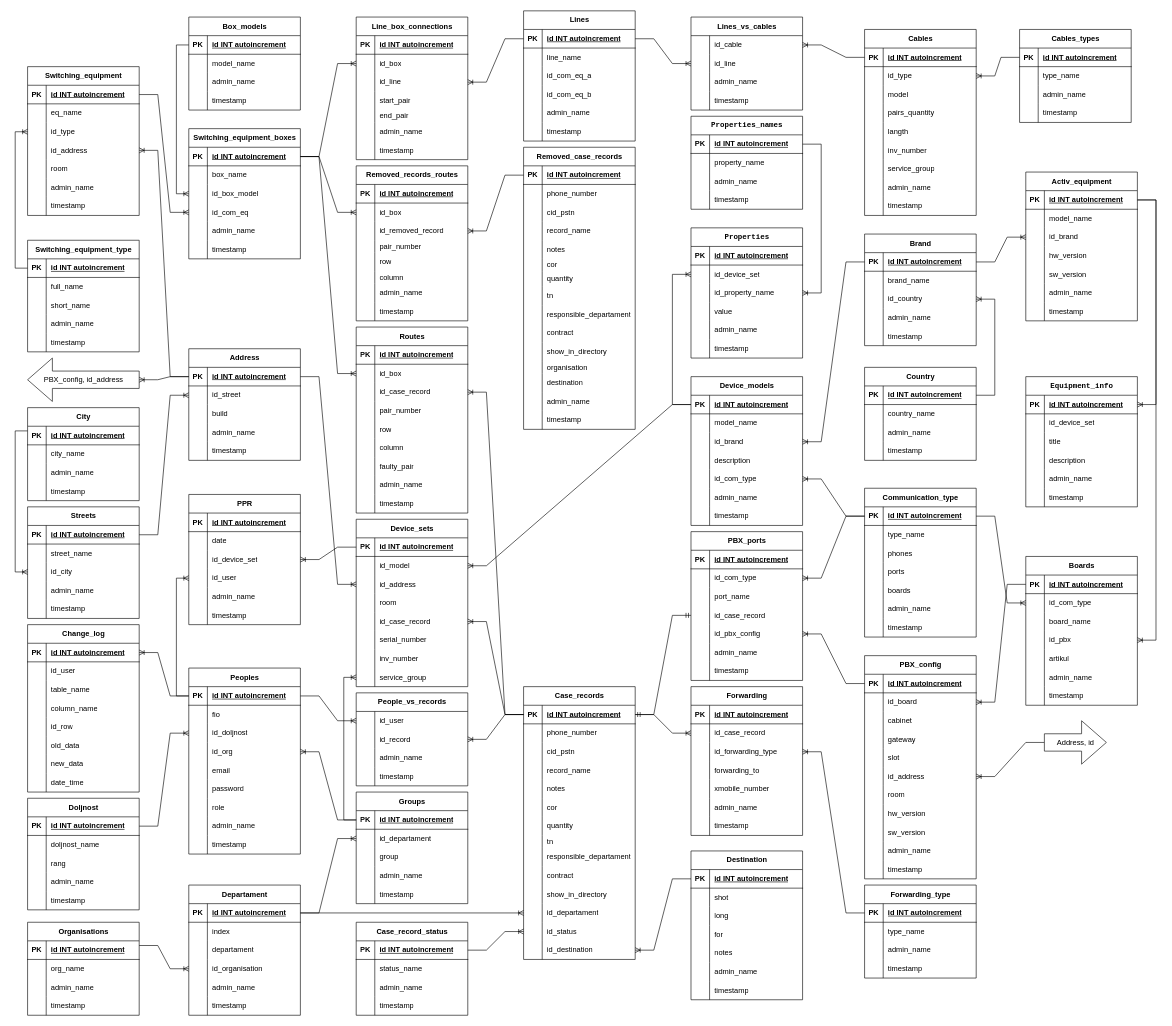
Earlier version of the draw.io diagram Project/БД для проекта.drawio (AndyHustler/HomeworkForJSFullStack). Source tidied: cells renumbered, new cells numbered last; positions are measured from the earlier drawing's top-left corner, leaving out a move shared by most shapes. Both pictures are drawn from the tidied source at 62%, with x=0, y=0 at pixel (15, 11).
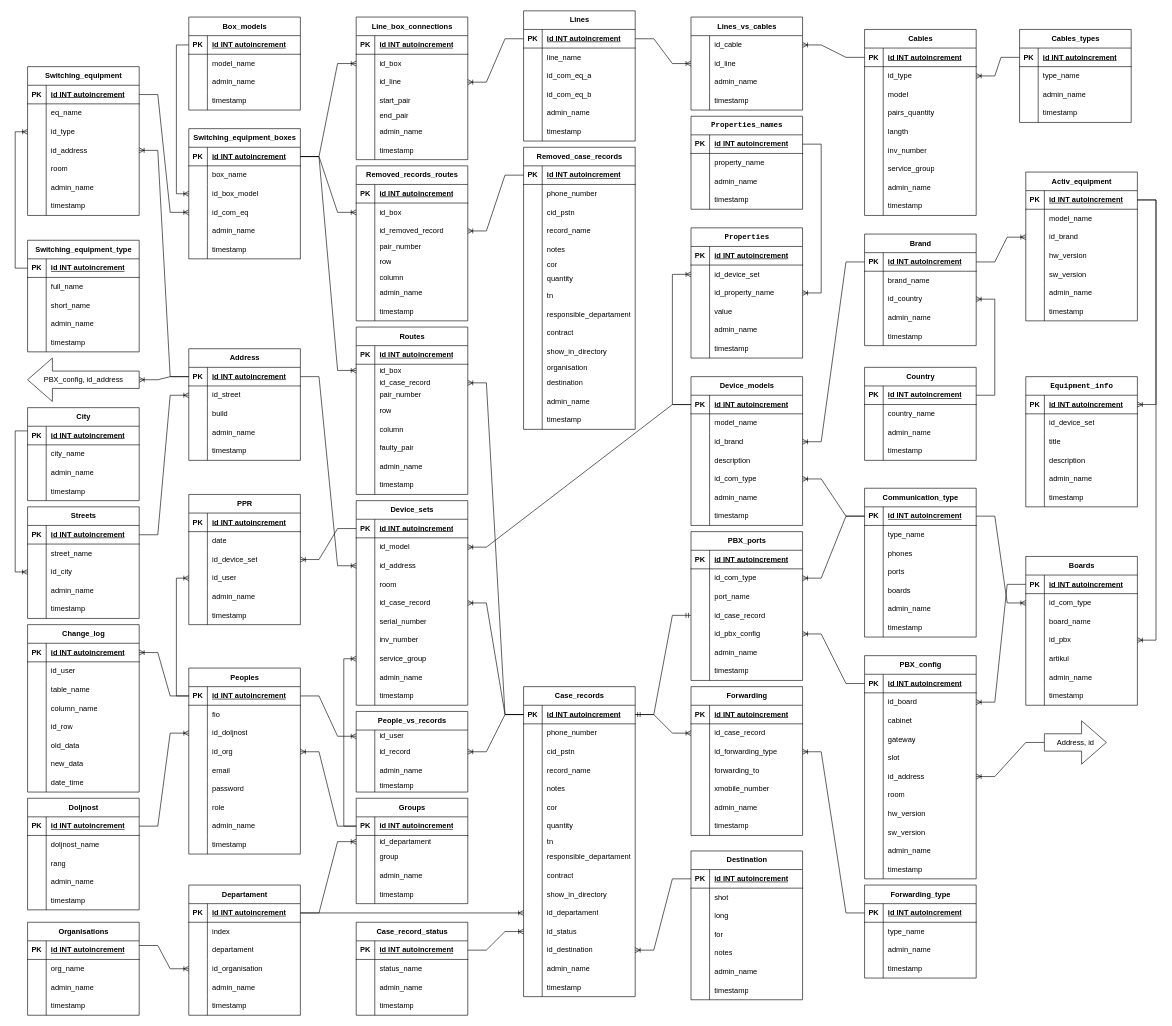
The same diagram, later.

The edit, as a diff of the source:
```diff
@@
     <mxCell id="179" value="Device_sets" style="shape=table;startSize=30;childLayout=tableLayout;rowLines=0;fontStyle=1;align=center;html=1;" parent="1" vertex="1">
-      <mxGeometry x="550" y="820" width="180" height="270" as="geometry" />
+      <mxGeometry x="550" y="790" width="180" height="330" as="geometry" />
     </mxCell>
@@
+    <mxCell id="874" style="shape=tableRow;horizontal=0;startSize=0;swimlaneHead=0;swimlaneBody=0;fillColor=none;top=0;left=0;right=0;bottom=0;" parent="179" vertex="1">
+      <mxGeometry y="270" width="180" height="30" as="geometry" />
+    </mxCell>
+    <mxCell id="875" style="shape=partialRectangle;fillColor=none;top=0;left=0;bottom=0;right=0;overflow=hidden;whiteSpace=wrap;html=1;" parent="874" vertex="1">
+      <mxGeometry width="30" height="30" as="geometry" />
+    </mxCell>
+    <mxCell id="876" value="admin_name" style="shape=partialRectangle;fillColor=none;top=0;left=0;bottom=0;right=0;align=left;spacingLeft=6;overflow=hidden;whiteSpace=wrap;html=1;" parent="874" vertex="1">
+      <mxGeometry x="30" width="150" height="30" as="geometry" />
+    </mxCell>
+    <mxCell id="877" style="shape=tableRow;horizontal=0;startSize=0;swimlaneHead=0;swimlaneBody=0;fillColor=none;top=0;left=0;right=0;bottom=0;" parent="179" vertex="1">
+      <mxGeometry y="300" width="180" height="30" as="geometry" />
+    </mxCell>
+    <mxCell id="878" style="shape=partialRectangle;fillColor=none;top=0;left=0;bottom=0;right=0;overflow=hidden;whiteSpace=wrap;html=1;" parent="877" vertex="1">
+      <mxGeometry width="30" height="30" as="geometry" />
+    </mxCell>
+    <mxCell id="879" value="timestamp" style="shape=partialRectangle;fillColor=none;top=0;left=0;bottom=0;right=0;align=left;spacingLeft=6;overflow=hidden;whiteSpace=wrap;html=1;" parent="877" vertex="1">
+      <mxGeometry x="30" width="150" height="30" as="geometry" />
+    </mxCell>
     <mxCell id="204" value="Routes" style="shape=table;startSize=30;childLayout=tableLayout;rowLines=0;fontStyle=1;align=center;html=1;" parent="1" vertex="1">
-      <mxGeometry x="550" y="510" width="180" height="300" as="geometry" />
+      <mxGeometry x="550" y="510" width="180" height="270" as="geometry" />
     </mxCell>
@@
     <mxCell id="208" style="shape=tableRow;horizontal=0;startSize=0;swimlaneHead=0;swimlaneBody=0;fillColor=none;points=[[0,0.5],[1,0.5]];portConstraint=eastwest;top=0;left=0;right=0;bottom=0;" parent="204" vertex="1">
-      <mxGeometry y="60" width="180" height="30" as="geometry" />
+      <mxGeometry y="60" width="180" height="20" as="geometry" />
     </mxCell>
     <mxCell id="209" style="shape=partialRectangle;fillColor=none;top=0;left=0;bottom=0;right=0;overflow=hidden;whiteSpace=wrap;html=1;" parent="208" vertex="1">
-      <mxGeometry width="30" height="30" as="geometry" />
+      <mxGeometry width="30" height="20" as="geometry" />
     </mxCell>
     <mxCell id="210" value="id_box" style="shape=partialRectangle;fillColor=none;top=0;left=0;bottom=0;right=0;align=left;spacingLeft=6;overflow=hidden;whiteSpace=wrap;html=1;" parent="208" vertex="1">
-      <mxGeometry x="30" width="150" height="30" as="geometry" />
+      <mxGeometry x="30" width="150" height="20" as="geometry" />
     </mxCell>
     <mxCell id="211" style="shape=tableRow;horizontal=0;startSize=0;swimlaneHead=0;swimlaneBody=0;fillColor=none;points=[[0,0.5],[1,0.5]];portConstraint=eastwest;top=0;left=0;right=0;bottom=0;" parent="204" vertex="1">
-      <mxGeometry y="90" width="180" height="30" as="geometry" />
+      <mxGeometry y="80" width="180" height="20" as="geometry" />
     </mxCell>
     <mxCell id="212" style="shape=partialRectangle;fillColor=none;top=0;left=0;bottom=0;right=0;overflow=hidden;whiteSpace=wrap;html=1;" parent="211" vertex="1">
-      <mxGeometry width="30" height="30" as="geometry" />
+      <mxGeometry width="30" height="20" as="geometry" />
     </mxCell>
     <mxCell id="213" value="&lt;div&gt;id_case_record&lt;/div&gt;" style="shape=partialRectangle;fillColor=none;top=0;left=0;bottom=0;right=0;align=left;spacingLeft=6;overflow=hidden;whiteSpace=wrap;html=1;" parent="211" vertex="1">
-      <mxGeometry x="30" width="150" height="30" as="geometry" />
+      <mxGeometry x="30" width="150" height="20" as="geometry" />
     </mxCell>
     <mxCell id="214" style="shape=tableRow;horizontal=0;startSize=0;swimlaneHead=0;swimlaneBody=0;fillColor=none;top=0;left=0;right=0;bottom=0;" parent="204" vertex="1">
-      <mxGeometry y="120" width="180" height="30" as="geometry" />
+      <mxGeometry y="100" width="180" height="20" as="geometry" />
     </mxCell>
     <mxCell id="215" style="shape=partialRectangle;fillColor=none;top=0;left=0;bottom=0;right=0;overflow=hidden;whiteSpace=wrap;html=1;" parent="214" vertex="1">
-      <mxGeometry width="30" height="30" as="geometry" />
+      <mxGeometry width="30" height="20" as="geometry" />
     </mxCell>
     <mxCell id="216" value="pair_number" style="shape=partialRectangle;fillColor=none;top=0;left=0;bottom=0;right=0;align=left;spacingLeft=6;overflow=hidden;whiteSpace=wrap;html=1;" parent="214" vertex="1">
-      <mxGeometry x="30" width="150" height="30" as="geometry" />
+      <mxGeometry x="30" width="150" height="20" as="geometry" />
     </mxCell>
     <mxCell id="217" style="shape=tableRow;horizontal=0;startSize=0;swimlaneHead=0;swimlaneBody=0;fillColor=none;top=0;left=0;right=0;bottom=0;" parent="204" vertex="1">
-      <mxGeometry y="150" width="180" height="30" as="geometry" />
+      <mxGeometry y="120" width="180" height="30" as="geometry" />
     </mxCell>
@@
     <mxCell id="220" style="shape=tableRow;horizontal=0;startSize=0;swimlaneHead=0;swimlaneBody=0;fillColor=none;top=0;left=0;right=0;bottom=0;" parent="204" vertex="1">
-      <mxGeometry y="180" width="180" height="30" as="geometry" />
+      <mxGeometry y="150" width="180" height="30" as="geometry" />
     </mxCell>
@@
     <mxCell id="223" style="shape=tableRow;horizontal=0;startSize=0;swimlaneHead=0;swimlaneBody=0;fillColor=none;top=0;left=0;right=0;bottom=0;" parent="204" vertex="1">
-      <mxGeometry y="210" width="180" height="30" as="geometry" />
+      <mxGeometry y="180" width="180" height="30" as="geometry" />
     </mxCell>
@@
     <mxCell id="226" style="shape=tableRow;horizontal=0;startSize=0;swimlaneHead=0;swimlaneBody=0;fillColor=none;top=0;left=0;right=0;bottom=0;" parent="204" vertex="1">
-      <mxGeometry y="240" width="180" height="30" as="geometry" />
+      <mxGeometry y="210" width="180" height="30" as="geometry" />
     </mxCell>
@@
     <mxCell id="229" style="shape=tableRow;horizontal=0;startSize=0;swimlaneHead=0;swimlaneBody=0;fillColor=none;top=0;left=0;right=0;bottom=0;" parent="204" vertex="1">
-      <mxGeometry y="270" width="180" height="30" as="geometry" />
+      <mxGeometry y="240" width="180" height="30" as="geometry" />
     </mxCell>
@@
     <mxCell id="291" value="Case_records" style="shape=table;startSize=30;childLayout=tableLayout;rowLines=0;fontStyle=1;align=center;html=1;" parent="1" vertex="1">
-      <mxGeometry x="820" y="1090" width="180" height="440" as="geometry" />
+      <mxGeometry x="820" y="1090" width="180" height="500" as="geometry" />
     </mxCell>
@@
+    <mxCell id="880" style="shape=tableRow;horizontal=0;startSize=0;swimlaneHead=0;swimlaneBody=0;fillColor=none;top=0;left=0;right=0;bottom=0;" parent="291" vertex="1">
+      <mxGeometry y="440" width="180" height="30" as="geometry" />
+    </mxCell>
+    <mxCell id="881" style="shape=partialRectangle;fillColor=none;top=0;left=0;bottom=0;right=0;overflow=hidden;whiteSpace=wrap;html=1;" parent="880" vertex="1">
+      <mxGeometry width="30" height="30" as="geometry" />
+    </mxCell>
+    <mxCell id="882" value="admin_name" style="shape=partialRectangle;fillColor=none;top=0;left=0;bottom=0;right=0;align=left;spacingLeft=6;overflow=hidden;whiteSpace=wrap;html=1;" parent="880" vertex="1">
+      <mxGeometry x="30" width="150" height="30" as="geometry" />
+    </mxCell>
+    <mxCell id="883" style="shape=tableRow;horizontal=0;startSize=0;swimlaneHead=0;swimlaneBody=0;fillColor=none;top=0;left=0;right=0;bottom=0;" parent="291" vertex="1">
+      <mxGeometry y="470" width="180" height="30" as="geometry" />
+    </mxCell>
+    <mxCell id="884" style="shape=partialRectangle;fillColor=none;top=0;left=0;bottom=0;right=0;overflow=hidden;whiteSpace=wrap;html=1;" parent="883" vertex="1">
+      <mxGeometry width="30" height="30" as="geometry" />
+    </mxCell>
+    <mxCell id="885" value="timestamp" style="shape=partialRectangle;fillColor=none;top=0;left=0;bottom=0;right=0;align=left;spacingLeft=6;overflow=hidden;whiteSpace=wrap;html=1;" parent="883" vertex="1">
+      <mxGeometry x="30" width="150" height="30" as="geometry" />
+    </mxCell>
@@
     <mxCell id="397" value="People_vs_records" style="shape=table;startSize=30;childLayout=tableLayout;rowLines=0;fontStyle=1;align=center;html=1;" parent="1" vertex="1">
-      <mxGeometry x="550" y="1100" width="180" height="150" as="geometry" />
+      <mxGeometry x="550" y="1130" width="180" height="130" as="geometry" />
     </mxCell>
     <mxCell id="398" style="shape=tableRow;horizontal=0;startSize=0;swimlaneHead=0;swimlaneBody=0;fillColor=none;points=[[0,0.5],[1,0.5]];portConstraint=eastwest;top=0;left=0;right=0;bottom=0;" parent="397" vertex="1">
-      <mxGeometry y="30" width="180" height="30" as="geometry" />
+      <mxGeometry y="30" width="180" height="20" as="geometry" />
     </mxCell>
     <mxCell id="399" style="shape=partialRectangle;fillColor=none;top=0;left=0;bottom=0;right=0;overflow=hidden;whiteSpace=wrap;html=1;" parent="398" vertex="1">
-      <mxGeometry width="30" height="30" as="geometry" />
+      <mxGeometry width="30" height="20" as="geometry" />
     </mxCell>
     <mxCell id="400" value="&lt;div&gt;id_user&lt;/div&gt;" style="shape=partialRectangle;fillColor=none;top=0;left=0;bottom=0;right=0;align=left;spacingLeft=6;overflow=hidden;whiteSpace=wrap;html=1;" parent="398" vertex="1">
-      <mxGeometry x="30" width="150" height="30" as="geometry" />
+      <mxGeometry x="30" width="150" height="20" as="geometry" />
     </mxCell>
     <mxCell id="401" style="shape=tableRow;horizontal=0;startSize=0;swimlaneHead=0;swimlaneBody=0;fillColor=none;points=[[0,0.5],[1,0.5]];portConstraint=eastwest;top=0;left=0;right=0;bottom=0;" parent="397" vertex="1">
-      <mxGeometry y="60" width="180" height="30" as="geometry" />
+      <mxGeometry y="50" width="180" height="30" as="geometry" />
     </mxCell>
@@
     <mxCell id="404" style="shape=tableRow;horizontal=0;startSize=0;swimlaneHead=0;swimlaneBody=0;fillColor=none;top=0;left=0;right=0;bottom=0;" parent="397" vertex="1">
-      <mxGeometry y="90" width="180" height="30" as="geometry" />
+      <mxGeometry y="80" width="180" height="30" as="geometry" />
     </mxCell>
@@
     <mxCell id="407" style="shape=tableRow;horizontal=0;startSize=0;swimlaneHead=0;swimlaneBody=0;fillColor=none;top=0;left=0;right=0;bottom=0;" parent="397" vertex="1">
-      <mxGeometry y="120" width="180" height="30" as="geometry" />
+      <mxGeometry y="110" width="180" height="20" as="geometry" />
     </mxCell>
     <mxCell id="408" style="shape=partialRectangle;fillColor=none;top=0;left=0;bottom=0;right=0;overflow=hidden;whiteSpace=wrap;html=1;" parent="407" vertex="1">
-      <mxGeometry width="30" height="30" as="geometry" />
+      <mxGeometry width="30" height="20" as="geometry" />
     </mxCell>
     <mxCell id="409" value="timestamp" style="shape=partialRectangle;fillColor=none;top=0;left=0;bottom=0;right=0;align=left;spacingLeft=6;overflow=hidden;whiteSpace=wrap;html=1;" parent="407" vertex="1">
-      <mxGeometry x="30" width="150" height="30" as="geometry" />
+      <mxGeometry x="30" width="150" height="20" as="geometry" />
     </mxCell>
@@
     <mxCell id="411" value="Groups" style="shape=table;startSize=30;childLayout=tableLayout;rowLines=0;fontStyle=1;align=center;html=1;" parent="1" vertex="1">
-      <mxGeometry x="550" y="1260" width="180" height="180" as="geometry" />
+      <mxGeometry x="550" y="1270" width="180" height="170" as="geometry" />
     </mxCell>
@@
     <mxCell id="415" style="shape=tableRow;horizontal=0;startSize=0;swimlaneHead=0;swimlaneBody=0;fillColor=none;points=[[0,0.5],[1,0.5]];portConstraint=eastwest;top=0;left=0;right=0;bottom=0;" parent="411" vertex="1">
-      <mxGeometry y="60" width="180" height="30" as="geometry" />
+      <mxGeometry y="60" width="180" height="20" as="geometry" />
     </mxCell>
     <mxCell id="416" style="shape=partialRectangle;fillColor=none;top=0;left=0;bottom=0;right=0;overflow=hidden;whiteSpace=wrap;html=1;" parent="415" vertex="1">
-      <mxGeometry width="30" height="30" as="geometry" />
+      <mxGeometry width="30" height="20" as="geometry" />
     </mxCell>
     <mxCell id="417" value="id_departament" style="shape=partialRectangle;fillColor=none;top=0;left=0;bottom=0;right=0;align=left;spacingLeft=6;overflow=hidden;whiteSpace=wrap;html=1;" parent="415" vertex="1">
-      <mxGeometry x="30" width="150" height="30" as="geometry" />
+      <mxGeometry x="30" width="150" height="20" as="geometry" />
     </mxCell>
     <mxCell id="418" style="shape=tableRow;horizontal=0;startSize=0;swimlaneHead=0;swimlaneBody=0;fillColor=none;top=0;left=0;right=0;bottom=0;" parent="411" vertex="1">
-      <mxGeometry y="90" width="180" height="30" as="geometry" />
+      <mxGeometry y="80" width="180" height="30" as="geometry" />
     </mxCell>
@@
     <mxCell id="421" style="shape=tableRow;horizontal=0;startSize=0;swimlaneHead=0;swimlaneBody=0;fillColor=none;top=0;left=0;right=0;bottom=0;" parent="411" vertex="1">
-      <mxGeometry y="120" width="180" height="30" as="geometry" />
+      <mxGeometry y="110" width="180" height="30" as="geometry" />
     </mxCell>
@@
     <mxCell id="424" style="shape=tableRow;horizontal=0;startSize=0;swimlaneHead=0;swimlaneBody=0;fillColor=none;top=0;left=0;right=0;bottom=0;" parent="411" vertex="1">
-      <mxGeometry y="150" width="180" height="30" as="geometry" />
+      <mxGeometry y="140" width="180" height="30" as="geometry" />
     </mxCell>
```
